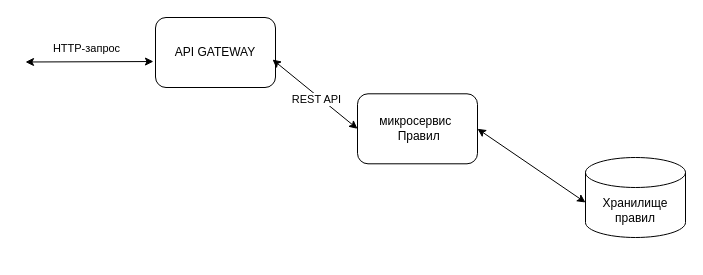
The draw.io diagram doc/Микросервисы.drawio in atsvetkov101/smartlinks, before the edit. Source tidied: cells renumbered, new cells numbered last; positions are measured from the earlier drawing's top-left corner, leaving out a move shared by most shapes. Both pictures are drawn from the tidied source at 100%, with x=0, y=0 at pixel (25, 17).
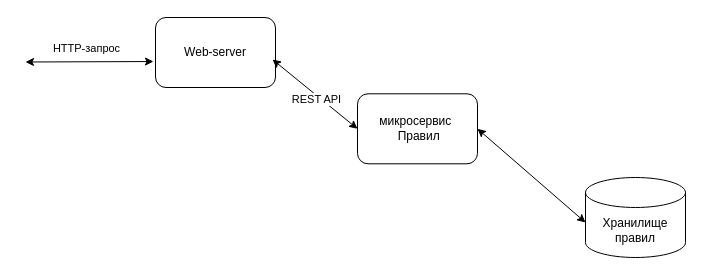
The same diagram, later.

The edit, as a diff of the source:
```diff
@@
 <mxGraphModel>
   <root>
     <mxCell id="0" />
     <mxCell id="1" parent="0" />
     <mxCell id="2" value="микросервис&amp;nbsp; &amp;nbsp;Правил" style="rounded=1;whiteSpace=wrap;html=1;" parent="1" vertex="1">
       <mxGeometry x="332" y="76.3" width="120" height="70" as="geometry" />
     </mxCell>
     <mxCell id="3" style="endArrow=classic;html=1;rounded=0;entryX=-0.017;entryY=0.629;entryDx=0;entryDy=0;entryPerimeter=0;startArrow=classic;startFill=1;" parent="1" edge="1" target="5">
       <mxGeometry relative="1" as="geometry">
         <mxPoint y="44.5" as="sourcePoint" />
       </mxGeometry>
     </mxCell>
     <mxCell id="4" value="HTTP-запрос" style="edgeLabel;html=1;align=center;verticalAlign=middle;" parent="3" vertex="1">
       <mxGeometry x="-0.36" y="-3" relative="1" as="geometry">
         <mxPoint x="19" y="-17" as="offset" />
       </mxGeometry>
     </mxCell>
-    <mxCell id="5" value="API GATEWAY" style="rounded=1;whiteSpace=wrap;html=1;" parent="1" vertex="1">
+    <mxCell id="5" value="Web-server" style="rounded=1;whiteSpace=wrap;html=1;" parent="1" vertex="1">
       <mxGeometry x="130" width="120" height="70" as="geometry" />
     </mxCell>
     <mxCell id="6" style="endArrow=classic;html=1;rounded=0;entryX=0;entryY=0.5;entryDx=0;entryDy=0;exitX=0.975;exitY=0.6;exitDx=0;exitDy=0;exitPerimeter=0;startArrow=classic;startFill=1;" parent="1" edge="1" source="5" target="2">
       <mxGeometry relative="1" as="geometry" />
     </mxCell>
     <mxCell id="7" value="REST API" style="edgeLabel;html=1;align=center;verticalAlign=middle;" parent="6" vertex="1">
       <mxGeometry x="0.07" y="-3" relative="1" as="geometry" />
     </mxCell>
     <mxCell id="8" value="Хранилище правил" style="shape=cylinder3;whiteSpace=wrap;html=1;boundedLbl=1;backgroundOutline=1;size=15;" parent="1" vertex="1">
-      <mxGeometry x="560" y="140" width="100" height="80" as="geometry" />
+      <mxGeometry x="560" y="160" width="100" height="80" as="geometry" />
     </mxCell>
     <mxCell id="9" style="endArrow=classic;html=1;rounded=0;entryX=0;entryY=0;entryDx=0;entryDy=45;exitX=1;exitY=0.5;exitDx=0;exitDy=0;startArrow=classic;startFill=1;entryPerimeter=0;" parent="1" edge="1" source="2" target="8">
       <mxGeometry relative="1" as="geometry" />
     </mxCell>
   </root>
 </mxGraphModel>
```
